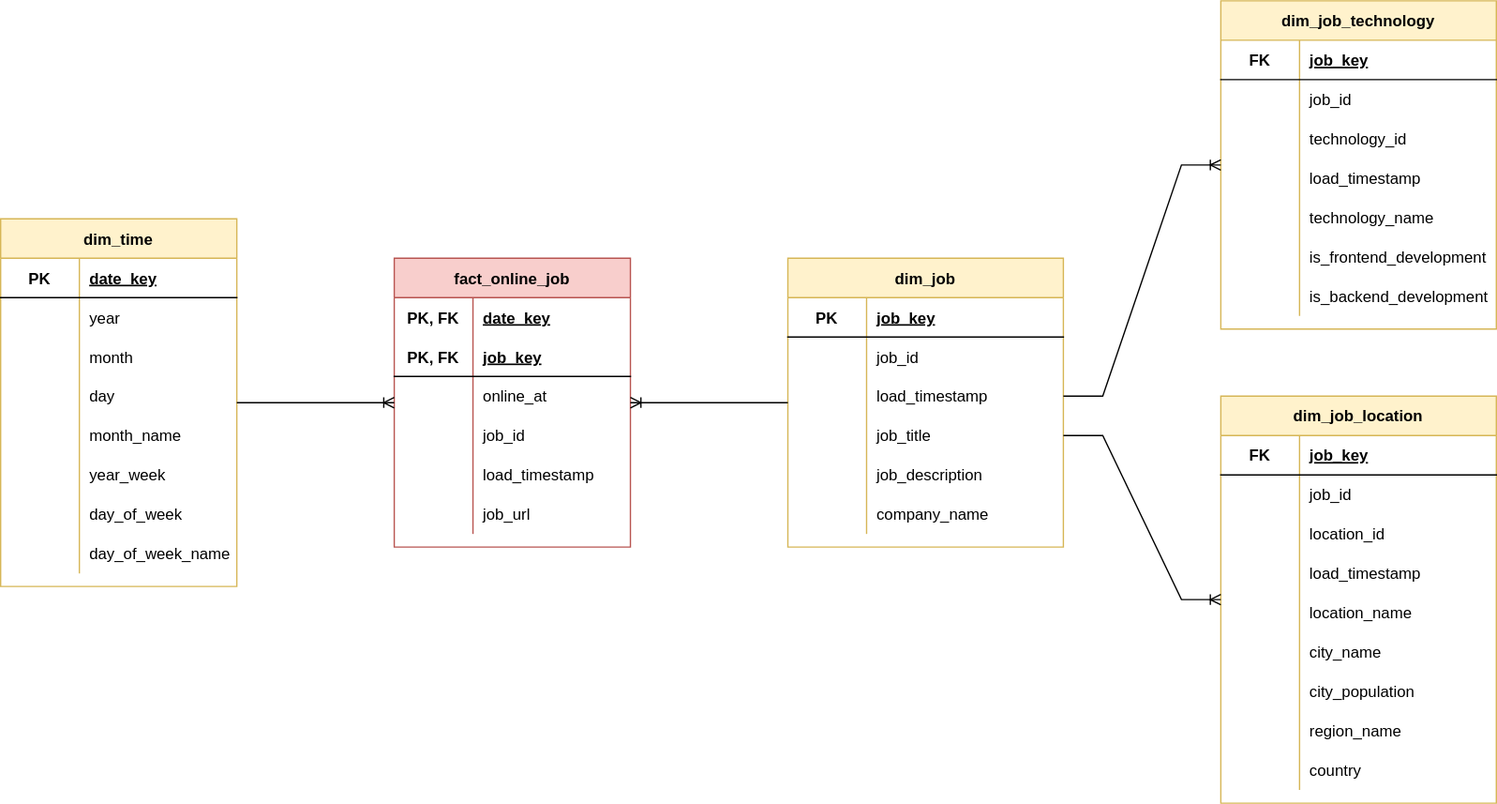
petracarrion/job-market-analytics keeps this draw.io diagram as doc/mart-model.drawio.svg. Above is the earlier version. Source tidied: cells renumbered, new cells last; positions are measured from the earlier drawing's top-left corner, leaving out a move shared by most shapes.
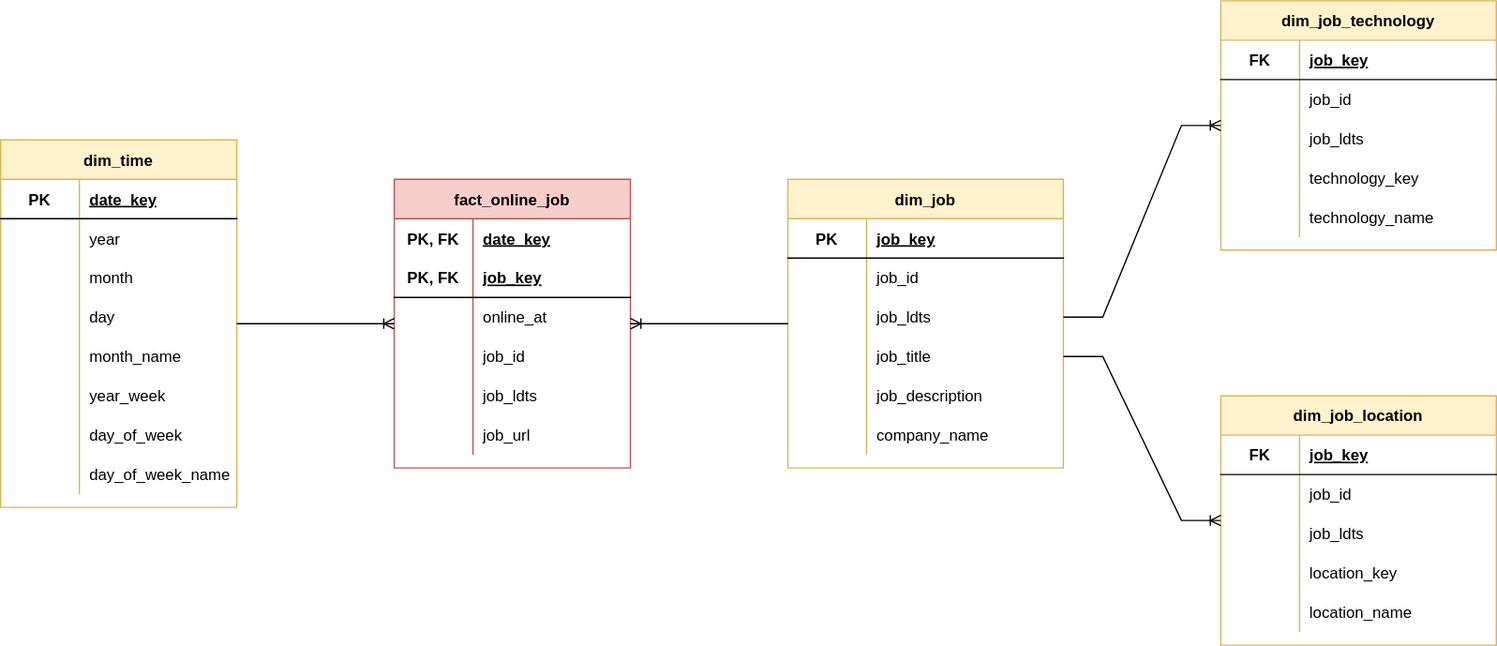
The same diagram one commit later.

Change to the diagram source:
```diff
@@ -123,7 +123,7 @@
     <mxCell id="42" style="shape=partialRectangle;fillColor=none;top=0;left=0;bottom=0;right=0;overflow=hidden;" parent="41" vertex="1">
       <mxGeometry width="60" height="30" as="geometry" />
     </mxCell>
-    <mxCell id="43" value="load_timestamp" style="shape=partialRectangle;fillColor=none;top=0;left=0;bottom=0;right=0;align=left;spacingLeft=6;overflow=hidden;" parent="41" vertex="1">
+    <mxCell id="43" value="job_ldts" style="shape=partialRectangle;fillColor=none;top=0;left=0;bottom=0;right=0;align=left;spacingLeft=6;overflow=hidden;" parent="41" vertex="1">
       <mxGeometry x="60" width="120" height="30" as="geometry" />
     </mxCell>
     <mxCell id="44" style="shape=tableRow;horizontal=0;startSize=0;swimlaneHead=0;swimlaneBody=0;fillColor=none;top=0;left=0;right=0;bottom=0;" parent="28" vertex="1">
@@ -162,7 +162,7 @@
     <mxCell id="55" style="shape=partialRectangle;fillColor=none;top=0;left=0;bottom=0;right=0;overflow=hidden;" parent="54" vertex="1">
       <mxGeometry width="60" height="30" as="geometry" />
     </mxCell>
-    <mxCell id="56" value="load_timestamp" style="shape=partialRectangle;fillColor=none;top=0;left=0;bottom=0;right=0;align=left;spacingLeft=6;overflow=hidden;" parent="54" vertex="1">
+    <mxCell id="56" value="job_ldts" style="shape=partialRectangle;fillColor=none;top=0;left=0;bottom=0;right=0;align=left;spacingLeft=6;overflow=hidden;" parent="54" vertex="1">
       <mxGeometry x="60" width="150" height="30" as="geometry" />
     </mxCell>
     <mxCell id="57" style="shape=tableRow;horizontal=0;startSize=0;swimlaneHead=0;swimlaneBody=0;fillColor=none;points=[[0,0.5],[1,0.5]];portConstraint=eastwest;top=0;left=0;right=0;bottom=0;" parent="47" vertex="1">
@@ -193,7 +193,7 @@
       <mxGeometry x="60" width="150" height="30" as="geometry" />
     </mxCell>
     <mxCell id="66" value="dim_job_location" style="shape=table;startSize=30;rowLines=0;fontStyle=1;align=center;fillColor=#fff2cc;strokeColor=#d6b656;" parent="2" vertex="1">
-      <mxGeometry x="930" y="301" width="210" height="310" as="geometry" />
+      <mxGeometry x="930" y="361" width="210" height="190" as="geometry" />
     </mxCell>
     <mxCell id="67" style="shape=tableRow;horizontal=0;startSize=0;swimlaneHead=0;swimlaneBody=0;fillColor=none;top=0;left=0;right=0;bottom=1;" parent="66" vertex="1">
       <mxGeometry y="30" width="210" height="30" as="geometry" />
@@ -219,7 +219,7 @@
     <mxCell id="74" style="shape=partialRectangle;fillColor=none;top=0;left=0;bottom=0;right=0;overflow=hidden;" parent="73" vertex="1">
       <mxGeometry width="60" height="30" as="geometry" />
     </mxCell>
-    <mxCell id="75" value="location_id" style="shape=partialRectangle;fillColor=none;top=0;left=0;bottom=0;right=0;align=left;spacingLeft=6;overflow=hidden;" parent="73" vertex="1">
+    <mxCell id="75" value="job_ldts" style="shape=partialRectangle;fillColor=none;top=0;left=0;bottom=0;right=0;align=left;spacingLeft=6;overflow=hidden;" parent="73" vertex="1">
       <mxGeometry x="60" width="150" height="30" as="geometry" />
     </mxCell>
     <mxCell id="76" style="shape=tableRow;horizontal=0;startSize=0;swimlaneHead=0;swimlaneBody=0;fillColor=none;top=0;left=0;right=0;bottom=0;" parent="66" vertex="1">
@@ -228,7 +228,7 @@
     <mxCell id="77" style="shape=partialRectangle;fillColor=none;top=0;left=0;bottom=0;right=0;overflow=hidden;" parent="76" vertex="1">
       <mxGeometry width="60" height="30" as="geometry" />
     </mxCell>
-    <mxCell id="78" value="load_timestamp" style="shape=partialRectangle;fillColor=none;top=0;left=0;bottom=0;right=0;align=left;spacingLeft=6;overflow=hidden;" parent="76" vertex="1">
+    <mxCell id="78" value="location_key" style="shape=partialRectangle;fillColor=none;top=0;left=0;bottom=0;right=0;align=left;spacingLeft=6;overflow=hidden;" parent="76" vertex="1">
       <mxGeometry x="60" width="150" height="30" as="geometry" />
     </mxCell>
     <mxCell id="79" style="shape=tableRow;horizontal=0;startSize=0;swimlaneHead=0;swimlaneBody=0;fillColor=none;top=0;left=0;right=0;bottom=0;" parent="66" vertex="1">
@@ -240,44 +240,8 @@
     <mxCell id="81" value="location_name" style="shape=partialRectangle;fillColor=none;top=0;left=0;bottom=0;right=0;align=left;spacingLeft=6;overflow=hidden;" parent="79" vertex="1">
       <mxGeometry x="60" width="150" height="30" as="geometry" />
     </mxCell>
-    <mxCell id="82" style="shape=tableRow;horizontal=0;startSize=0;swimlaneHead=0;swimlaneBody=0;fillColor=none;top=0;left=0;right=0;bottom=0;" parent="66" vertex="1">
-      <mxGeometry y="180" width="210" height="30" as="geometry" />
-    </mxCell>
-    <mxCell id="83" style="shape=partialRectangle;fillColor=none;top=0;left=0;bottom=0;right=0;overflow=hidden;" parent="82" vertex="1">
-      <mxGeometry width="60" height="30" as="geometry" />
-    </mxCell>
-    <mxCell id="84" value="city_name" style="shape=partialRectangle;fillColor=none;top=0;left=0;bottom=0;right=0;align=left;spacingLeft=6;overflow=hidden;" parent="82" vertex="1">
-      <mxGeometry x="60" width="150" height="30" as="geometry" />
-    </mxCell>
-    <mxCell id="85" style="shape=tableRow;horizontal=0;startSize=0;swimlaneHead=0;swimlaneBody=0;fillColor=none;top=0;left=0;right=0;bottom=0;" parent="66" vertex="1">
-      <mxGeometry y="210" width="210" height="30" as="geometry" />
-    </mxCell>
-    <mxCell id="86" style="shape=partialRectangle;fillColor=none;top=0;left=0;bottom=0;right=0;overflow=hidden;" parent="85" vertex="1">
-      <mxGeometry width="60" height="30" as="geometry" />
-    </mxCell>
-    <mxCell id="87" value="city_population" style="shape=partialRectangle;fillColor=none;top=0;left=0;bottom=0;right=0;align=left;spacingLeft=6;overflow=hidden;" parent="85" vertex="1">
-      <mxGeometry x="60" width="150" height="30" as="geometry" />
-    </mxCell>
-    <mxCell id="88" style="shape=tableRow;horizontal=0;startSize=0;swimlaneHead=0;swimlaneBody=0;fillColor=none;top=0;left=0;right=0;bottom=0;" parent="66" vertex="1">
-      <mxGeometry y="240" width="210" height="30" as="geometry" />
-    </mxCell>
-    <mxCell id="89" style="shape=partialRectangle;fillColor=none;top=0;left=0;bottom=0;right=0;overflow=hidden;" parent="88" vertex="1">
-      <mxGeometry width="60" height="30" as="geometry" />
-    </mxCell>
-    <mxCell id="90" value="region_name" style="shape=partialRectangle;fillColor=none;top=0;left=0;bottom=0;right=0;align=left;spacingLeft=6;overflow=hidden;" parent="88" vertex="1">
-      <mxGeometry x="60" width="150" height="30" as="geometry" />
-    </mxCell>
-    <mxCell id="91" style="shape=tableRow;horizontal=0;startSize=0;swimlaneHead=0;swimlaneBody=0;fillColor=none;top=0;left=0;right=0;bottom=0;" parent="66" vertex="1">
-      <mxGeometry y="270" width="210" height="30" as="geometry" />
-    </mxCell>
-    <mxCell id="92" style="shape=partialRectangle;fillColor=none;top=0;left=0;bottom=0;right=0;overflow=hidden;" parent="91" vertex="1">
-      <mxGeometry width="60" height="30" as="geometry" />
-    </mxCell>
-    <mxCell id="93" value="country" style="shape=partialRectangle;fillColor=none;top=0;left=0;bottom=0;right=0;align=left;spacingLeft=6;overflow=hidden;" parent="91" vertex="1">
-      <mxGeometry x="60" width="150" height="30" as="geometry" />
-    </mxCell>
     <mxCell id="94" value="dim_job_technology" style="shape=table;startSize=30;rowLines=0;fontStyle=1;align=center;fillColor=#fff2cc;strokeColor=#d6b656;" parent="2" vertex="1">
-      <mxGeometry x="930" width="210" height="250" as="geometry" />
+      <mxGeometry x="930" y="60" width="210" height="190" as="geometry" />
     </mxCell>
     <mxCell id="95" style="shape=tableRow;horizontal=0;startSize=0;swimlaneHead=0;swimlaneBody=0;fillColor=none;top=0;left=0;right=0;bottom=1;" parent="94" vertex="1">
       <mxGeometry y="30" width="210" height="30" as="geometry" />
@@ -303,7 +267,7 @@
     <mxCell id="102" style="shape=partialRectangle;fillColor=none;top=0;left=0;bottom=0;right=0;overflow=hidden;" parent="101" vertex="1">
       <mxGeometry width="60" height="30" as="geometry" />
     </mxCell>
-    <mxCell id="103" value="technology_id" style="shape=partialRectangle;fillColor=none;top=0;left=0;bottom=0;right=0;align=left;spacingLeft=6;overflow=hidden;" parent="101" vertex="1">
+    <mxCell id="103" value="job_ldts" style="shape=partialRectangle;fillColor=none;top=0;left=0;bottom=0;right=0;align=left;spacingLeft=6;overflow=hidden;" parent="101" vertex="1">
       <mxGeometry x="60" width="150" height="30" as="geometry" />
     </mxCell>
     <mxCell id="104" style="shape=tableRow;horizontal=0;startSize=0;swimlaneHead=0;swimlaneBody=0;fillColor=none;top=0;left=0;right=0;bottom=0;" parent="94" vertex="1">
@@ -312,7 +276,7 @@
     <mxCell id="105" style="shape=partialRectangle;fillColor=none;top=0;left=0;bottom=0;right=0;overflow=hidden;" parent="104" vertex="1">
       <mxGeometry width="60" height="30" as="geometry" />
     </mxCell>
-    <mxCell id="106" value="load_timestamp" style="shape=partialRectangle;fillColor=none;top=0;left=0;bottom=0;right=0;align=left;spacingLeft=6;overflow=hidden;" parent="104" vertex="1">
+    <mxCell id="106" value="technology_key" style="shape=partialRectangle;fillColor=none;top=0;left=0;bottom=0;right=0;align=left;spacingLeft=6;overflow=hidden;" parent="104" vertex="1">
       <mxGeometry x="60" width="150" height="30" as="geometry" />
     </mxCell>
     <mxCell id="107" style="shape=tableRow;horizontal=0;startSize=0;swimlaneHead=0;swimlaneBody=0;fillColor=none;top=0;left=0;right=0;bottom=0;" parent="94" vertex="1">
@@ -324,24 +288,6 @@
     <mxCell id="109" value="technology_name" style="shape=partialRectangle;fillColor=none;top=0;left=0;bottom=0;right=0;align=left;spacingLeft=6;overflow=hidden;" parent="107" vertex="1">
       <mxGeometry x="60" width="150" height="30" as="geometry" />
     </mxCell>
-    <mxCell id="110" style="shape=tableRow;horizontal=0;startSize=0;swimlaneHead=0;swimlaneBody=0;fillColor=none;top=0;left=0;right=0;bottom=0;" parent="94" vertex="1">
-      <mxGeometry y="180" width="210" height="30" as="geometry" />
-    </mxCell>
-    <mxCell id="111" style="shape=partialRectangle;fillColor=none;top=0;left=0;bottom=0;right=0;overflow=hidden;" parent="110" vertex="1">
-      <mxGeometry width="60" height="30" as="geometry" />
-    </mxCell>
-    <mxCell id="112" value="is_frontend_development" style="shape=partialRectangle;fillColor=none;top=0;left=0;bottom=0;right=0;align=left;spacingLeft=6;overflow=hidden;" parent="110" vertex="1">
-      <mxGeometry x="60" width="150" height="30" as="geometry" />
-    </mxCell>
-    <mxCell id="113" style="shape=tableRow;horizontal=0;startSize=0;swimlaneHead=0;swimlaneBody=0;fillColor=none;top=0;left=0;right=0;bottom=0;" parent="94" vertex="1">
-      <mxGeometry y="210" width="210" height="30" as="geometry" />
-    </mxCell>
-    <mxCell id="114" style="shape=partialRectangle;fillColor=none;top=0;left=0;bottom=0;right=0;overflow=hidden;" parent="113" vertex="1">
-      <mxGeometry width="60" height="30" as="geometry" />
-    </mxCell>
-    <mxCell id="115" value="is_backend_development" style="shape=partialRectangle;fillColor=none;top=0;left=0;bottom=0;right=0;align=left;spacingLeft=6;overflow=hidden;" parent="113" vertex="1">
-      <mxGeometry x="60" width="150" height="30" as="geometry" />
-    </mxCell>
     <mxCell id="116" style="edgeStyle=entityRelationEdgeStyle;fontSize=12;html=1;endArrow=ERoneToMany;rounded=0;" parent="2" edge="1" source="3" target="28">
       <mxGeometry relative="1" as="geometry" />
     </mxCell>
```
